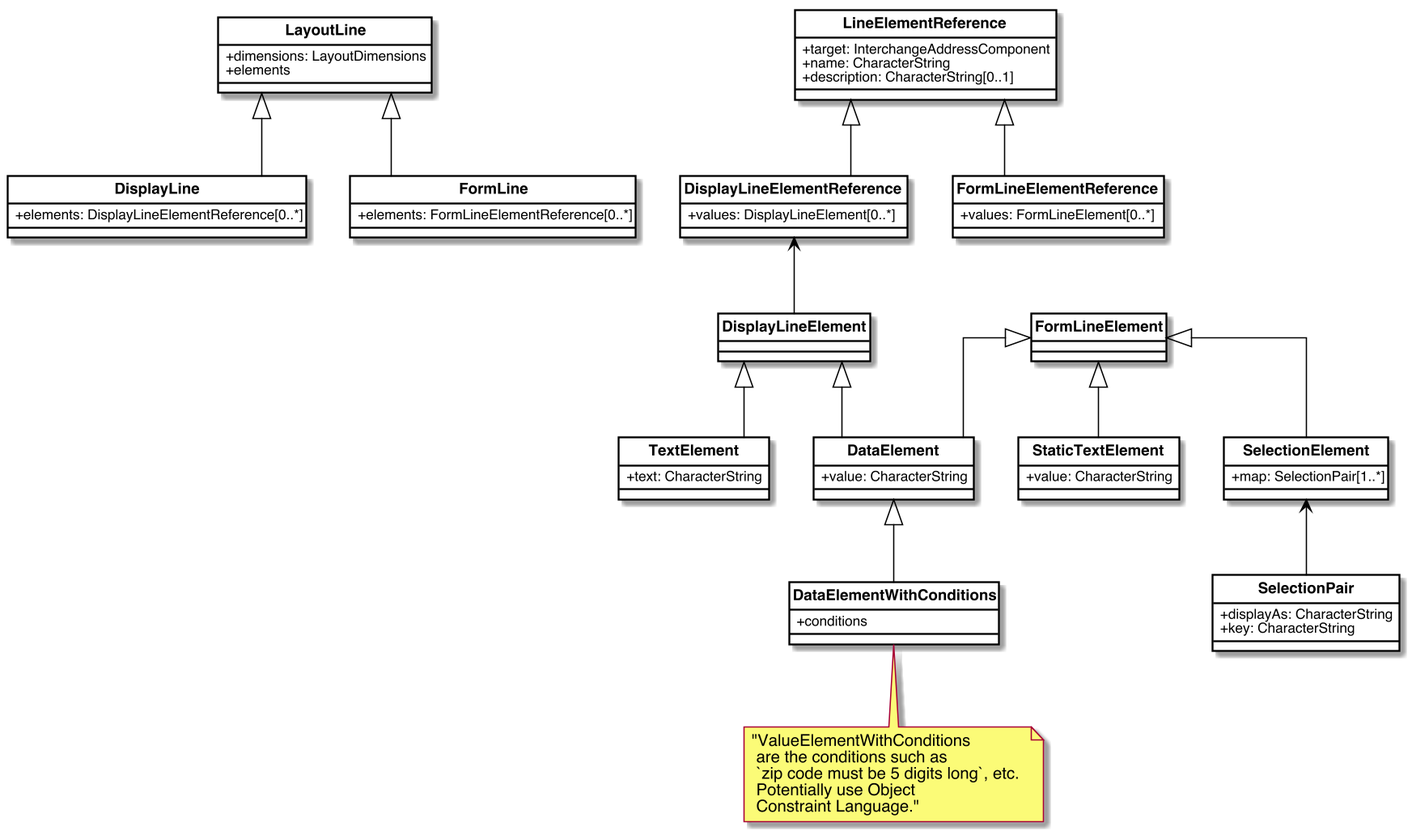
Before: images/LayoutLine.png, a diagram exported from PlantUML (CalConnect/csd-digital-addresses).
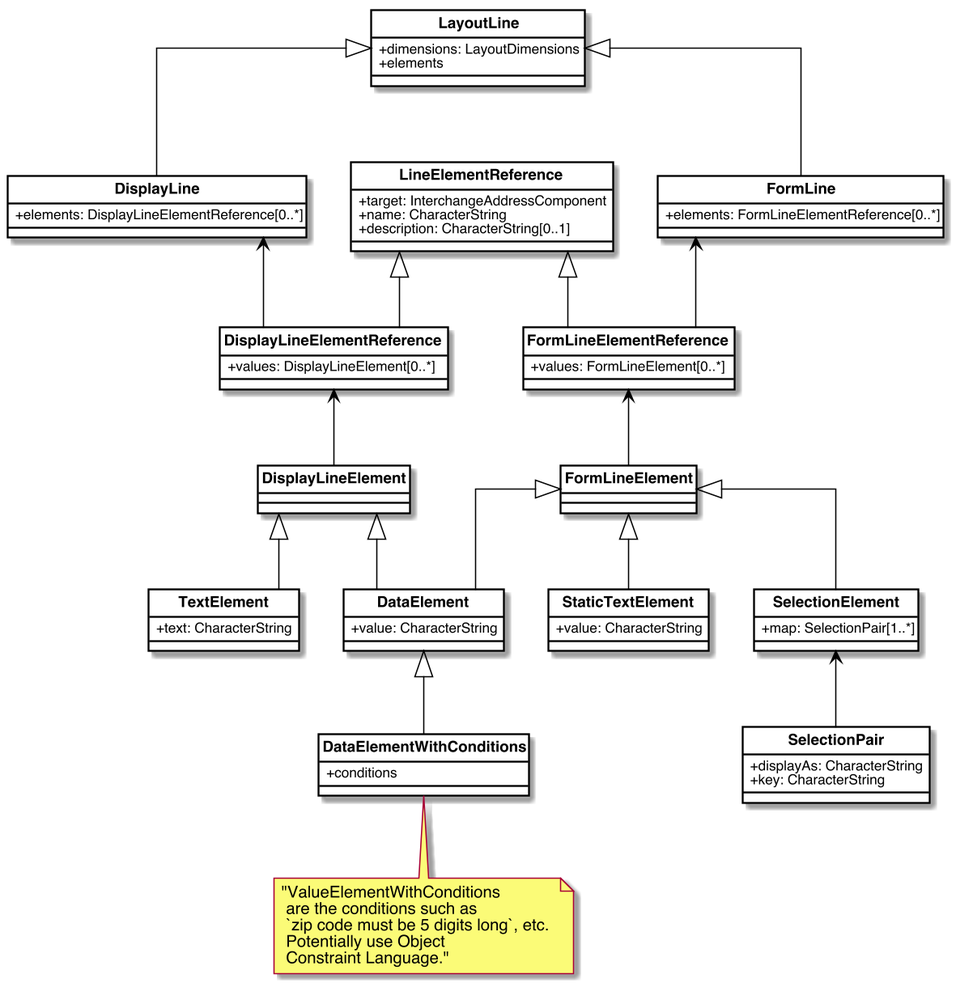
Above is the later version.

What changed in the source:
```diff
@@ -111,6 +111,9 @@
 DisplayLineElementReference <-- DisplayLineElement
 DisplayLineElement <|-- TextElement
 DisplayLineElement <|-- DataElement
+DisplayLineElementReference -up-> DisplayLine
+FormLineElementReference -up-> FormLine
+FormLineElement -up-> FormLineElementReference
 FormLineElement <|-- StaticTextElement
 FormLineElement <|-- SelectionElement
 SelectionElement <-- SelectionPair
```
